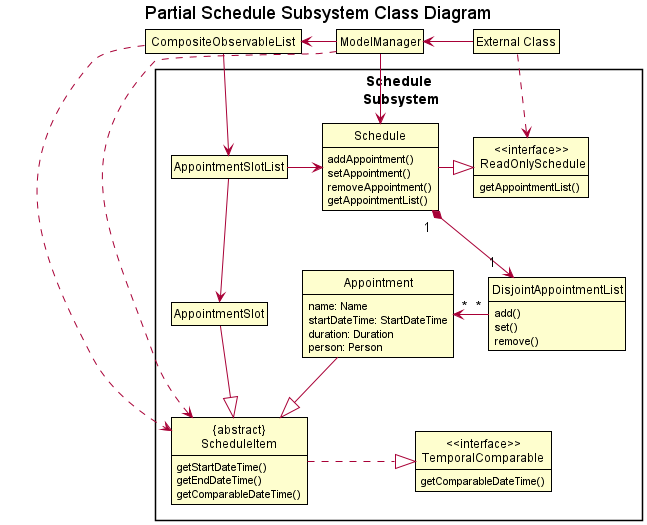
The PlantUML diagram docs/images/AppointmentModelClassDiagram.png in nus-cs2103-AY2122S2/tp, before a commit.
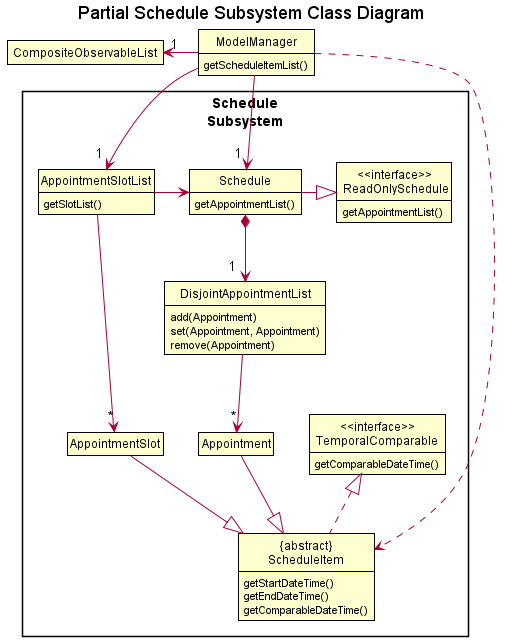
Later version of the same file.

Commit message:
Update developer guide diagrams

Diff of the diagram source:
```diff
@@ -8,24 +8,17 @@
 
 title Partial Schedule Subsystem Class Diagram
 
-package "Schedule\n Subsystem" {
+package "Schedule\nSubsystem\n" {
     class Appointment {
-        name: Name
-        startDateTime: StartDateTime
-        duration: Duration
-        person: Person
     }
 
     class DisjointAppointmentList {
-        add()
-        set()
-        remove()
+        add(Appointment)
+        set(Appointment, Appointment)
+        remove(Appointment)
     }
 
     class Schedule {
-        addAppointment()
-        setAppointment()
-        removeAppointment()
         getAppointmentList()
     }
 
@@ -34,7 +27,7 @@
     }
 
     class AppointmentSlotList {
-
+        getSlotList()
     }
 
     class AppointmentSlot {
@@ -50,30 +43,30 @@
     class "<<interface>>\n TemporalComparable " as TemporalComparable {
         getComparableDateTime()
     }
+
 }
 
-class ModelManager
+class ModelManager {
+    getScheduleItemList()
+}
 class " CompositeObservableList " as CompositeObservableList
-class "External Class" as External
+
 
 AppointmentSlot -[hidden]right- Appointment
 DisjointAppointmentList -[hidden]down- TemporalComparable
 
-Schedule "1  "*-down->"1  " DisjointAppointmentList
+Schedule *-down->"1  " DisjointAppointmentList
 Schedule -right-|> ReadOnlySchedule
-DisjointAppointmentList "*"--left->"*" Appointment
-ModelManager -down-> Schedule
-ModelManager -left-> CompositeObservableList
-CompositeObservableList -down-> AppointmentSlotList
-AppointmentSlotList --> AppointmentSlot
+DisjointAppointmentList -down->"*" Appointment
+ModelManager -down->"1 " Schedule
+ModelManager -left->"1" CompositeObservableList
+CompositeObservableList -[hidden]down-> AppointmentSlotList
+ModelManager -down->"1 " AppointmentSlotList
+AppointmentSlotList --->"*" AppointmentSlot
 AppointmentSlotList -right-> Schedule
 AppointmentSlot -down-|> ScheduleItem
 Appointment -down-|> ScheduleItem
-ScheduleItem .right.|> TemporalComparable
-
-CompositeObservableList ...> ScheduleItem
+ScheduleItem .up.|> TemporalComparable
 ModelManager ...> ScheduleItem
-External -left-> ModelManager
-External ..> ReadOnlySchedule
 
 @enduml
```
